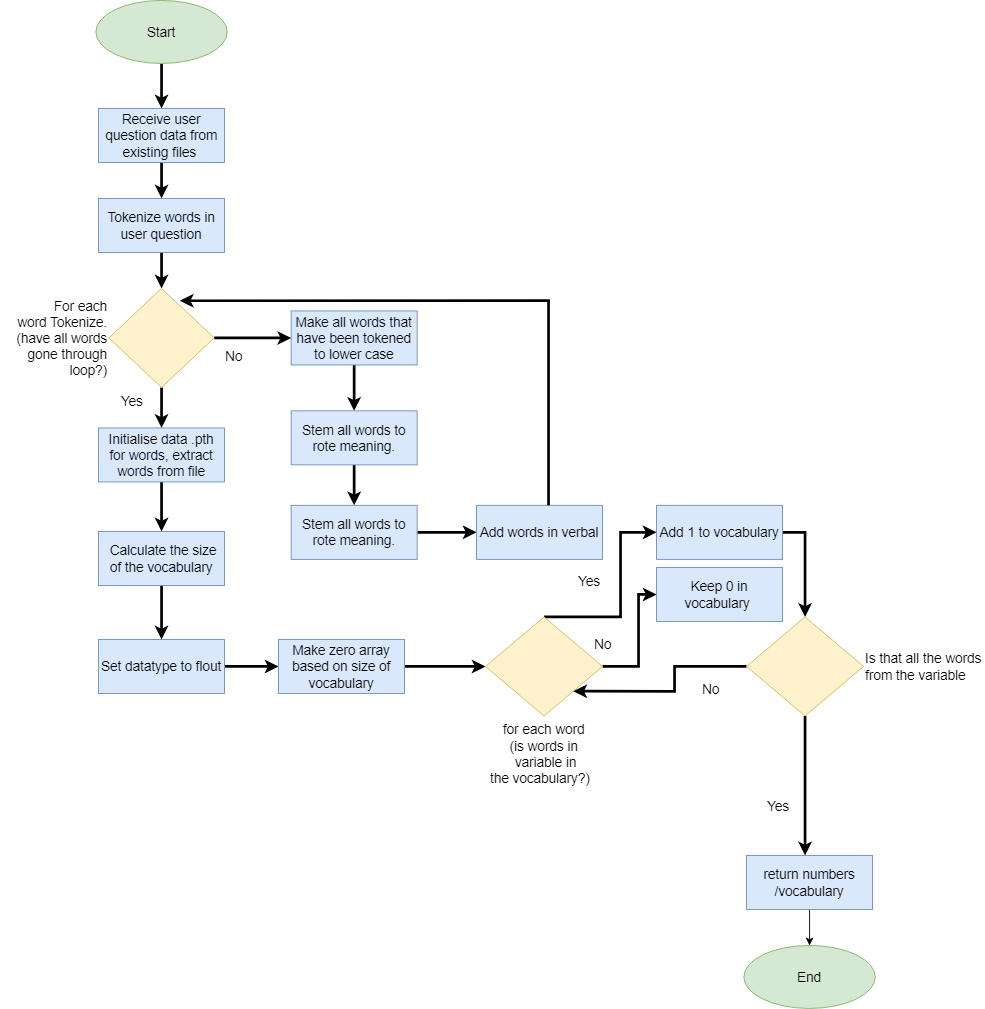
Before: design docs/text processing flowchart .drawio.png, a diagram exported from draw.io (LilieStead/ElevateChatBot). Source tidied: cells renumbered, new cells last; positions are measured from the earlier drawing's top-left corner, leaving out a move shared by most shapes. Its diagram source:
```xml
<mxGraphModel>
  <root>
    <mxCell id="0" />
    <mxCell id="1" parent="0" />
    <mxCell id="2" style="edgeStyle=orthogonalEdgeStyle;rounded=0;jettySize=auto;html=1;strokeColor=default;strokeWidth=3;align=center;verticalAlign=middle;fontFamily=Helvetica;fontSize=11;fontColor=default;labelBackgroundColor=default;endArrow=classic;" parent="1" edge="1" source="37">
      <mxGeometry relative="1" as="geometry">
        <mxPoint x="788" y="950" as="targetPoint" />
      </mxGeometry>
    </mxCell>
    <mxCell id="3" style="edgeStyle=orthogonalEdgeStyle;rounded=0;jettySize=auto;html=1;strokeWidth=3;" parent="1" edge="1" source="4" target="6">
      <mxGeometry relative="1" as="geometry" />
    </mxCell>
    <mxCell id="4" value="&lt;font style=&quot;font-size: 15px;&quot;&gt;Start&lt;/font&gt;" style="ellipse;whiteSpace=wrap;html=1;fillColor=#d5e8d4;strokeColor=#82b366;" parent="1" vertex="1">
      <mxGeometry width="146" height="70" as="geometry" />
    </mxCell>
    <mxCell id="5" style="edgeStyle=orthogonalEdgeStyle;rounded=0;jettySize=auto;html=1;strokeWidth=3;" parent="1" edge="1" source="6" target="8">
      <mxGeometry relative="1" as="geometry" />
    </mxCell>
    <mxCell id="6" value="&lt;font style=&quot;font-size: 15px;&quot;&gt;Receive user question data from existing files&amp;nbsp;&lt;/font&gt;" style="rounded=0;whiteSpace=wrap;html=1;fillColor=#dae8fc;strokeColor=#6c8ebf;" parent="1" vertex="1">
      <mxGeometry x="3" y="120" width="140" height="60" as="geometry" />
    </mxCell>
    <mxCell id="7" style="edgeStyle=orthogonalEdgeStyle;rounded=0;jettySize=auto;html=1;strokeColor=default;strokeWidth=3;align=center;verticalAlign=middle;fontFamily=Helvetica;fontSize=11;fontColor=default;labelBackgroundColor=default;endArrow=classic;" parent="1" edge="1" source="8" target="17">
      <mxGeometry relative="1" as="geometry" />
    </mxCell>
    <mxCell id="8" value="&lt;span style=&quot;font-size: 15px;&quot;&gt;Tokenize words in user question&lt;/span&gt;" style="rounded=0;whiteSpace=wrap;html=1;fillColor=#dae8fc;strokeColor=#6c8ebf;" parent="1" vertex="1">
      <mxGeometry x="3" y="220" width="140" height="60" as="geometry" />
    </mxCell>
    <mxCell id="9" style="edgeStyle=orthogonalEdgeStyle;rounded=0;jettySize=auto;html=1;strokeColor=default;strokeWidth=3;align=center;verticalAlign=middle;fontFamily=Helvetica;fontSize=11;fontColor=default;labelBackgroundColor=default;endArrow=classic;" parent="1" edge="1" source="10" target="12">
      <mxGeometry relative="1" as="geometry" />
    </mxCell>
    <mxCell id="10" value="&lt;span style=&quot;font-size: 15px;&quot;&gt;Make all words that have been tokened to lower case&lt;/span&gt;" style="rounded=0;whiteSpace=wrap;html=1;fillColor=#dae8fc;strokeColor=#6c8ebf;" parent="1" vertex="1">
      <mxGeometry x="217" y="345" width="140" height="60" as="geometry" />
    </mxCell>
    <mxCell id="11" style="edgeStyle=orthogonalEdgeStyle;rounded=0;jettySize=auto;html=1;entryX=0.5;entryY=0;entryDx=0;entryDy=0;strokeColor=default;strokeWidth=3;align=center;verticalAlign=middle;fontFamily=Helvetica;fontSize=11;fontColor=default;labelBackgroundColor=default;endArrow=classic;" parent="1" edge="1" source="12" target="14">
      <mxGeometry relative="1" as="geometry" />
    </mxCell>
    <mxCell id="12" value="&lt;span style=&quot;font-size: 15px;&quot;&gt;Stem all words to rote meaning.&lt;/span&gt;" style="rounded=0;whiteSpace=wrap;html=1;fillColor=#dae8fc;strokeColor=#6c8ebf;" parent="1" vertex="1">
      <mxGeometry x="217" y="456" width="140" height="60" as="geometry" />
    </mxCell>
    <mxCell id="13" style="edgeStyle=orthogonalEdgeStyle;rounded=0;jettySize=auto;html=1;entryX=0;entryY=0.5;entryDx=0;entryDy=0;strokeColor=default;strokeWidth=3;align=center;verticalAlign=middle;fontFamily=Helvetica;fontSize=11;fontColor=default;labelBackgroundColor=default;endArrow=classic;" parent="1" edge="1" source="14" target="18">
      <mxGeometry relative="1" as="geometry" />
    </mxCell>
    <mxCell id="14" value="&lt;span style=&quot;font-size: 15px;&quot;&gt;Stem all words to rote meaning.&lt;/span&gt;" style="rounded=0;whiteSpace=wrap;html=1;fillColor=#dae8fc;strokeColor=#6c8ebf;" parent="1" vertex="1">
      <mxGeometry x="217" y="561" width="140" height="60" as="geometry" />
    </mxCell>
    <mxCell id="15" style="edgeStyle=orthogonalEdgeStyle;rounded=0;jettySize=auto;html=1;strokeColor=default;strokeWidth=3;align=center;verticalAlign=middle;fontFamily=Helvetica;fontSize=11;fontColor=default;labelBackgroundColor=default;endArrow=classic;" parent="1" edge="1" source="17" target="10">
      <mxGeometry relative="1" as="geometry" />
    </mxCell>
    <mxCell id="16" style="edgeStyle=orthogonalEdgeStyle;rounded=0;jettySize=auto;html=1;strokeColor=default;strokeWidth=3;align=center;verticalAlign=middle;fontFamily=Helvetica;fontSize=11;fontColor=default;labelBackgroundColor=default;endArrow=classic;" parent="1" edge="1" source="17" target="22">
      <mxGeometry relative="1" as="geometry" />
    </mxCell>
    <mxCell id="17" value="&lt;font style=&quot;font-size: 15px;&quot; face=&quot;Helvetica&quot;&gt;For each word&amp;nbsp;Tokenize.&lt;br&gt;(have all words gone through loop?)&lt;/font&gt;" style="rhombus;whiteSpace=wrap;html=1;fontFamily=Helvetica;fontSize=11;labelBackgroundColor=default;fillColor=#fff2cc;strokeColor=#d6b656;labelPosition=left;verticalLabelPosition=middle;align=right;verticalAlign=middle;textDirection=ltr;" parent="1" vertex="1">
      <mxGeometry x="14.5" y="320" width="117" height="110" as="geometry" />
    </mxCell>
    <mxCell id="18" value="&lt;span style=&quot;font-size: 15px;&quot;&gt;Add words in verbal&lt;/span&gt;" style="rounded=0;whiteSpace=wrap;html=1;fillColor=#dae8fc;strokeColor=#6c8ebf;" parent="1" vertex="1">
      <mxGeometry x="423" y="561" width="140" height="60" as="geometry" />
    </mxCell>
    <mxCell id="19" style="edgeStyle=orthogonalEdgeStyle;rounded=0;jettySize=auto;html=1;entryX=0.673;entryY=0.124;entryDx=0;entryDy=0;entryPerimeter=0;strokeColor=default;strokeWidth=3;align=center;verticalAlign=middle;fontFamily=Helvetica;fontSize=11;fontColor=default;labelBackgroundColor=default;endArrow=classic;" parent="1" edge="1" source="18" target="17">
      <mxGeometry relative="1" as="geometry">
        <Array as="points">
          <mxPoint x="503" y="334" />
        </Array>
      </mxGeometry>
    </mxCell>
    <mxCell id="20" value="&lt;font style=&quot;font-size: 15px;&quot;&gt;No&lt;/font&gt;" style="text;html=1;align=center;verticalAlign=middle;strokeColor=none;fillColor=none;fontFamily=Helvetica;fontSize=11;fontColor=default;labelBackgroundColor=default;" parent="1" vertex="1">
      <mxGeometry x="133" y="380" width="40" height="30" as="geometry" />
    </mxCell>
    <mxCell id="21" style="edgeStyle=orthogonalEdgeStyle;rounded=0;jettySize=auto;html=1;entryX=0.5;entryY=0;entryDx=0;entryDy=0;strokeColor=default;strokeWidth=3;align=center;verticalAlign=middle;fontFamily=Helvetica;fontSize=11;fontColor=default;labelBackgroundColor=default;endArrow=classic;" parent="1" edge="1" source="22" target="24">
      <mxGeometry relative="1" as="geometry" />
    </mxCell>
    <mxCell id="22" value="&lt;span style=&quot;font-size: 15px;&quot;&gt;Initialise data .pth for words, extract words from file&lt;/span&gt;" style="rounded=0;whiteSpace=wrap;html=1;fillColor=#dae8fc;strokeColor=#6c8ebf;" parent="1" vertex="1">
      <mxGeometry x="3" y="475" width="140" height="60" as="geometry" />
    </mxCell>
    <mxCell id="23" style="edgeStyle=orthogonalEdgeStyle;rounded=0;jettySize=auto;html=1;strokeColor=default;strokeWidth=3;align=center;verticalAlign=middle;fontFamily=Helvetica;fontSize=11;fontColor=default;labelBackgroundColor=default;endArrow=classic;" parent="1" edge="1" source="24" target="26">
      <mxGeometry relative="1" as="geometry" />
    </mxCell>
    <mxCell id="24" value="&lt;span style=&quot;text-align: left; white-space-collapse: preserve;&quot;&gt;&lt;font face=&quot;Helvetica&quot; style=&quot;font-size: 15px;&quot;&gt; Calculate the size of the vocabulary&lt;/font&gt;&lt;/span&gt;" style="rounded=0;whiteSpace=wrap;html=1;fillColor=#dae8fc;strokeColor=#6c8ebf;" parent="1" vertex="1">
      <mxGeometry x="3" y="590" width="140" height="60" as="geometry" />
    </mxCell>
    <mxCell id="25" style="edgeStyle=orthogonalEdgeStyle;rounded=0;jettySize=auto;html=1;entryX=0;entryY=0.5;entryDx=0;entryDy=0;strokeColor=default;strokeWidth=3;align=center;verticalAlign=middle;fontFamily=Helvetica;fontSize=11;fontColor=default;labelBackgroundColor=default;endArrow=classic;" parent="1" edge="1" source="26" target="28">
      <mxGeometry relative="1" as="geometry" />
    </mxCell>
    <mxCell id="26" value="&lt;div style=&quot;text-align: left;&quot;&gt;&lt;span style=&quot;background-color: initial; font-size: 15px; white-space-collapse: preserve;&quot;&gt;&lt;font style=&quot;&quot; face=&quot;Helvetica&quot;&gt;Set datatype to flout&lt;/font&gt;&lt;/span&gt;&lt;/div&gt;" style="rounded=0;whiteSpace=wrap;html=1;fillColor=#dae8fc;strokeColor=#6c8ebf;" parent="1" vertex="1">
      <mxGeometry x="3" y="710" width="140" height="60" as="geometry" />
    </mxCell>
    <mxCell id="27" style="edgeStyle=orthogonalEdgeStyle;rounded=0;jettySize=auto;html=1;strokeColor=default;strokeWidth=3;align=center;verticalAlign=middle;fontFamily=Helvetica;fontSize=11;fontColor=default;labelBackgroundColor=default;endArrow=classic;" parent="1" edge="1" source="28" target="31">
      <mxGeometry relative="1" as="geometry" />
    </mxCell>
    <mxCell id="28" value="&lt;div style=&quot;&quot;&gt;&lt;span style=&quot;font-size: 15px; white-space-collapse: preserve;&quot;&gt;Make zero array based on size of vocabulary&lt;/span&gt;&lt;/div&gt;" style="rounded=0;whiteSpace=wrap;html=1;fillColor=#dae8fc;strokeColor=#6c8ebf;align=center;" parent="1" vertex="1">
      <mxGeometry x="203" y="710" width="140" height="60" as="geometry" />
    </mxCell>
    <mxCell id="29" style="edgeStyle=orthogonalEdgeStyle;rounded=0;jettySize=auto;html=1;exitX=0.5;exitY=0;exitDx=0;exitDy=0;entryX=0;entryY=0.5;entryDx=0;entryDy=0;strokeColor=default;strokeWidth=3;align=center;verticalAlign=middle;fontFamily=Helvetica;fontSize=11;fontColor=default;labelBackgroundColor=default;endArrow=classic;" parent="1" edge="1" source="31" target="33">
      <mxGeometry relative="1" as="geometry">
        <Array as="points">
          <mxPoint x="583" y="685" />
          <mxPoint x="583" y="591" />
        </Array>
      </mxGeometry>
    </mxCell>
    <mxCell id="30" style="edgeStyle=orthogonalEdgeStyle;rounded=0;jettySize=auto;html=1;exitX=1;exitY=0.5;exitDx=0;exitDy=0;strokeWidth=3;" parent="1" edge="1" source="31" target="40">
      <mxGeometry relative="1" as="geometry">
        <Array as="points">
          <mxPoint x="603" y="740" />
          <mxPoint x="603" y="660" />
        </Array>
      </mxGeometry>
    </mxCell>
    <mxCell id="31" value="&lt;div style=&quot;font-size: 15px;&quot;&gt;&lt;font style=&quot;font-size: 15px;&quot;&gt;for each word&lt;/font&gt;&lt;/div&gt;&lt;div style=&quot;font-size: 15px;&quot;&gt;&lt;font style=&quot;font-size: 15px;&quot;&gt;(&lt;/font&gt;is words in&lt;/div&gt;&lt;div style=&quot;font-size: 15px;&quot;&gt;&amp;nbsp;variable in the&amp;nbsp;&lt;span style=&quot;white-space-collapse: preserve;&quot;&gt;vocabulary?)&lt;/span&gt;&amp;nbsp;&amp;nbsp;&lt;/div&gt;" style="rhombus;whiteSpace=wrap;html=1;fontFamily=Helvetica;fontSize=11;labelBackgroundColor=default;labelPosition=center;verticalLabelPosition=bottom;align=center;verticalAlign=top;fillColor=#fff2cc;strokeColor=#d6b656;" parent="1" vertex="1">
      <mxGeometry x="433" y="685" width="130" height="110" as="geometry" />
    </mxCell>
    <mxCell id="32" style="edgeStyle=orthogonalEdgeStyle;rounded=0;jettySize=auto;html=1;entryX=0.5;entryY=0;entryDx=0;entryDy=0;strokeColor=default;strokeWidth=3;align=center;verticalAlign=middle;fontFamily=Helvetica;fontSize=11;fontColor=default;labelBackgroundColor=default;endArrow=classic;" parent="1" edge="1" source="33" target="37">
      <mxGeometry relative="1" as="geometry">
        <Array as="points">
          <mxPoint x="788" y="591" />
        </Array>
      </mxGeometry>
    </mxCell>
    <mxCell id="33" value="&lt;span style=&quot;font-size: 15px;&quot;&gt;Add 1 to vocabulary&lt;/span&gt;" style="rounded=0;whiteSpace=wrap;html=1;fillColor=#dae8fc;strokeColor=#6c8ebf;" parent="1" vertex="1">
      <mxGeometry x="623" y="561" width="140" height="60" as="geometry" />
    </mxCell>
    <mxCell id="34" value="&lt;span style=&quot;font-size: 15px;&quot;&gt;Yes&lt;/span&gt;" style="text;html=1;align=center;verticalAlign=middle;strokeColor=none;fillColor=none;fontFamily=Helvetica;fontSize=11;fontColor=default;labelBackgroundColor=default;" parent="1" vertex="1">
      <mxGeometry x="14.5" y="430" width="50" height="30" as="geometry" />
    </mxCell>
    <mxCell id="35" value="&lt;span style=&quot;font-size: 15px;&quot;&gt;Yes&lt;/span&gt;" style="text;html=1;align=center;verticalAlign=middle;strokeColor=none;fillColor=none;fontFamily=Helvetica;fontSize=11;fontColor=default;labelBackgroundColor=default;" parent="1" vertex="1">
      <mxGeometry x="523" y="630" width="50" height="30" as="geometry" />
    </mxCell>
    <mxCell id="36" style="edgeStyle=orthogonalEdgeStyle;rounded=0;jettySize=auto;html=1;entryX=1;entryY=1;entryDx=0;entryDy=0;strokeColor=default;strokeWidth=3;align=center;verticalAlign=middle;fontFamily=Helvetica;fontSize=11;fontColor=default;labelBackgroundColor=default;endArrow=classic;" parent="1" edge="1" source="37" target="31">
      <mxGeometry relative="1" as="geometry" />
    </mxCell>
    <mxCell id="37" value="&lt;div style=&quot;font-size: 15px;&quot;&gt;Is that all the words from the variable&amp;nbsp;&lt;/div&gt;" style="rhombus;whiteSpace=wrap;html=1;fontFamily=Helvetica;fontSize=11;labelBackgroundColor=default;labelPosition=right;verticalLabelPosition=middle;align=left;verticalAlign=middle;fillColor=#fff2cc;strokeColor=#d6b656;" parent="1" vertex="1">
      <mxGeometry x="723" y="685" width="130" height="110" as="geometry" />
    </mxCell>
    <mxCell id="38" value="&lt;span style=&quot;font-size: 15px;&quot;&gt;No&lt;/span&gt;" style="text;html=1;align=center;verticalAlign=middle;strokeColor=none;fillColor=none;fontFamily=Helvetica;fontSize=11;fontColor=default;labelBackgroundColor=default;" parent="1" vertex="1">
      <mxGeometry x="543" y="700" width="40" height="30" as="geometry" />
    </mxCell>
    <mxCell id="39" value="&lt;span style=&quot;font-size: 15px;&quot;&gt;No&lt;/span&gt;" style="text;html=1;align=center;verticalAlign=middle;strokeColor=none;fillColor=none;fontFamily=Helvetica;fontSize=11;fontColor=default;labelBackgroundColor=default;" parent="1" vertex="1">
      <mxGeometry x="663" y="750" width="40" height="30" as="geometry" />
    </mxCell>
    <mxCell id="40" value="&lt;span style=&quot;font-size: 15px;&quot;&gt;Keep 0 in vocabulary&amp;nbsp;&lt;/span&gt;" style="rounded=0;whiteSpace=wrap;html=1;fillColor=#dae8fc;strokeColor=#6c8ebf;" parent="1" vertex="1">
      <mxGeometry x="623" y="630" width="140" height="60" as="geometry" />
    </mxCell>
    <mxCell id="41" style="edgeStyle=orthogonalEdgeStyle;rounded=0;jettySize=auto;html=1;" parent="1" edge="1" source="42" target="43">
      <mxGeometry relative="1" as="geometry" />
    </mxCell>
    <mxCell id="42" value="&lt;span style=&quot;font-size: 15px;&quot;&gt;return numbers /&lt;/span&gt;&lt;span style=&quot;font-size: 15px;&quot;&gt;vocabulary&lt;/span&gt;" style="rounded=0;whiteSpace=wrap;html=1;fillColor=#dae8fc;strokeColor=#6c8ebf;" parent="1" vertex="1">
      <mxGeometry x="723" y="950" width="140" height="60" as="geometry" />
    </mxCell>
    <mxCell id="43" value="&lt;span style=&quot;font-size: 15px;&quot;&gt;End&lt;/span&gt;" style="ellipse;whiteSpace=wrap;html=1;fillColor=#d5e8d4;strokeColor=#82b366;" parent="1" vertex="1">
      <mxGeometry x="720" y="1050" width="146" height="70" as="geometry" />
    </mxCell>
    <mxCell id="44" value="&lt;span style=&quot;font-size: 15px;&quot;&gt;Yes&lt;/span&gt;" style="text;html=1;align=center;verticalAlign=middle;strokeColor=none;fillColor=none;fontFamily=Helvetica;fontSize=11;fontColor=default;labelBackgroundColor=default;" parent="1" vertex="1">
      <mxGeometry x="733" y="880" width="50" height="30" as="geometry" />
    </mxCell>
  </root>
</mxGraphModel>
```
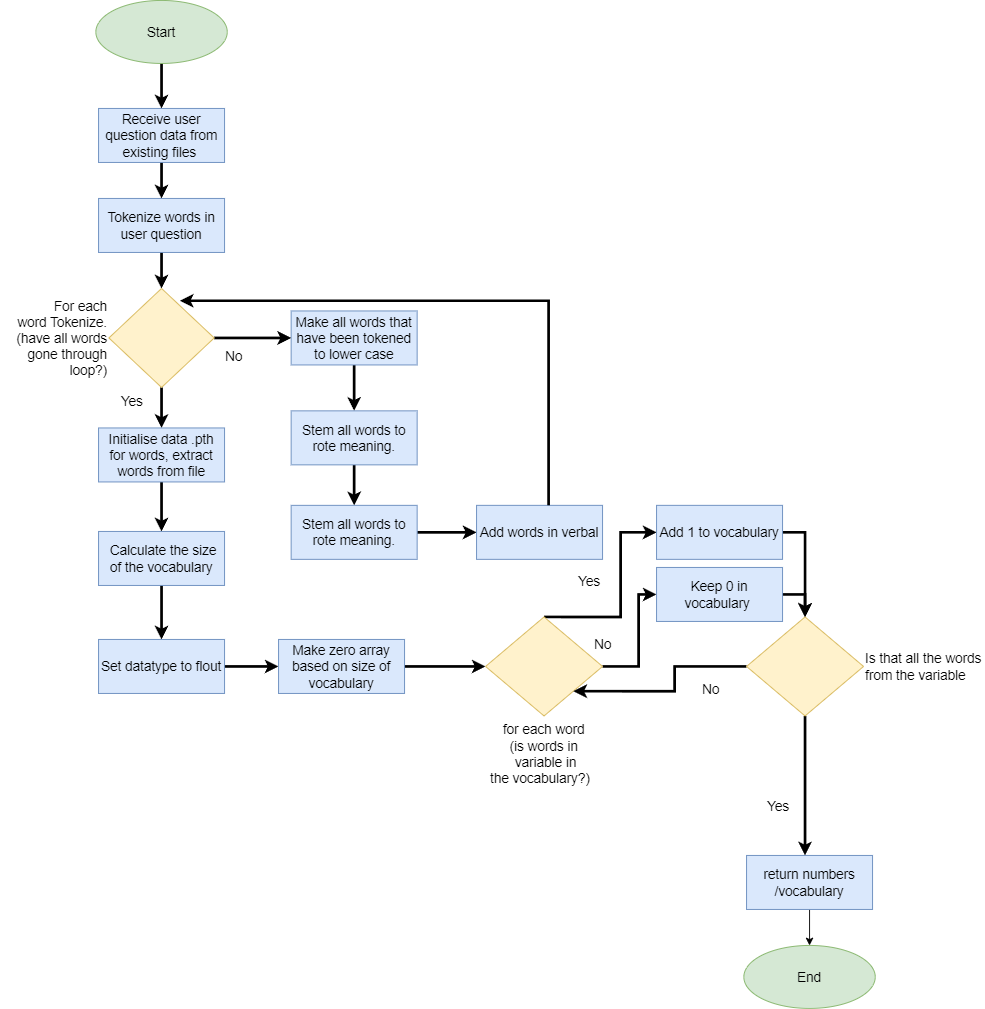
After the change.

What changed in the source:
```diff
@@ -136,6 +136,13 @@
     <mxCell id="39" value="&lt;span style=&quot;font-size: 15px;&quot;&gt;No&lt;/span&gt;" style="text;html=1;align=center;verticalAlign=middle;strokeColor=none;fillColor=none;fontFamily=Helvetica;fontSize=11;fontColor=default;labelBackgroundColor=default;" parent="1" vertex="1">
       <mxGeometry x="663" y="750" width="40" height="30" as="geometry" />
     </mxCell>
+    <mxCell id="45" style="edgeStyle=orthogonalEdgeStyle;rounded=0;jettySize=auto;html=1;entryX=0.5;entryY=0;entryDx=0;entryDy=0;strokeWidth=3;" parent="1" edge="1" source="40" target="37">
+      <mxGeometry relative="1" as="geometry">
+        <Array as="points">
+          <mxPoint x="788" y="660" />
+        </Array>
+      </mxGeometry>
+    </mxCell>
     <mxCell id="40" value="&lt;span style=&quot;font-size: 15px;&quot;&gt;Keep 0 in vocabulary&amp;nbsp;&lt;/span&gt;" style="rounded=0;whiteSpace=wrap;html=1;fillColor=#dae8fc;strokeColor=#6c8ebf;" parent="1" vertex="1">
       <mxGeometry x="623" y="630" width="140" height="60" as="geometry" />
     </mxCell>
```
